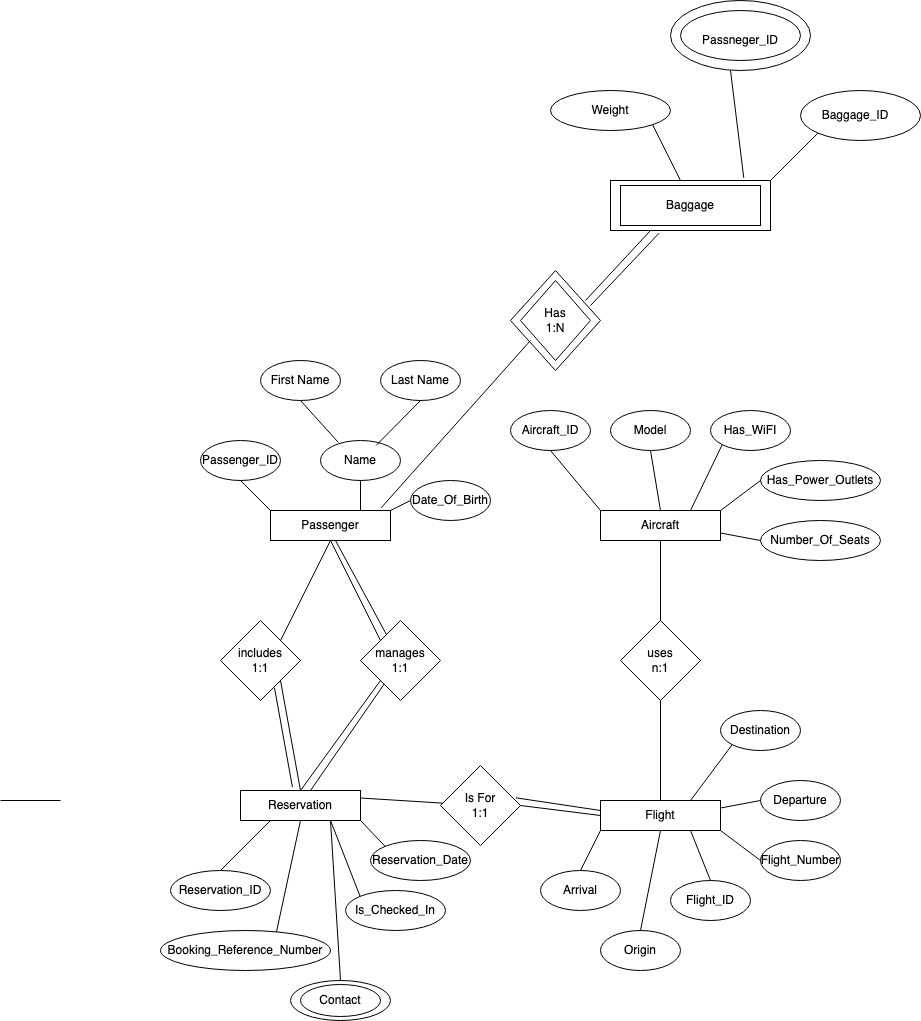
Before: diagrams/snoopy-airlines-eer.png, a diagram exported from draw.io (Persona5-Joker/4347-Database-Project-Snoopy-Airlines-). Source tidied: cells renumbered, new cells last; positions are measured from the earlier drawing's top-left corner, leaving out a move shared by most shapes.
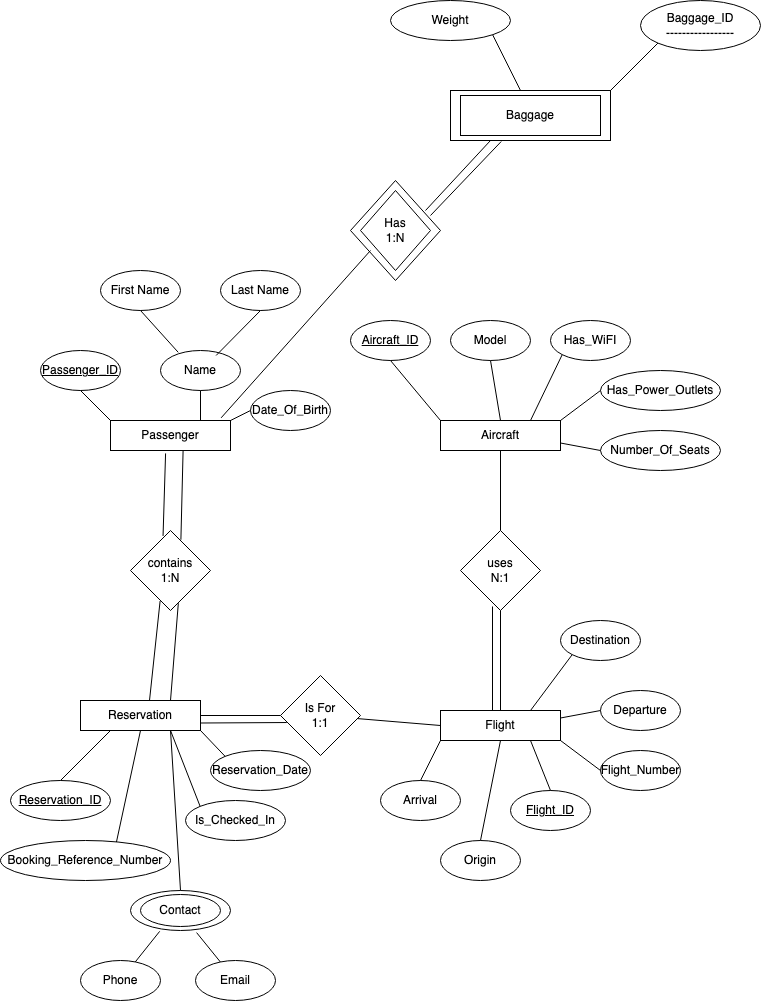
The same diagram one commit later.

Diff of the diagram source:
```diff
@@ -13,5 +13,5 @@
     </mxCell>
-    <mxCell id="5" value="uses&lt;div&gt;n:1&lt;/div&gt;" style="rhombus;whiteSpace=wrap;html=1;" parent="1" vertex="1">
-      <mxGeometry x="620" y="620" width="80" height="80" as="geometry" />
-    </mxCell>
+    <mxCell id="85" value="uses&lt;div&gt;N:1&lt;/div&gt;" style="rhombus;whiteSpace=wrap;html=1;" parent="1" vertex="1">
+      <mxGeometry x="620" y="620" width="80" height="80" as="geometry" />
+    </mxCell>
     <mxCell id="6" value="Reservation" style="rounded=0;whiteSpace=wrap;html=1;" parent="1" vertex="1">
@@ -19,11 +19,5 @@
     </mxCell>
-    <mxCell id="7" value="includes&lt;div&gt;1:1&lt;/div&gt;" style="rhombus;whiteSpace=wrap;html=1;" parent="1" vertex="1">
-      <mxGeometry x="220" y="620" width="80" height="80" as="geometry" />
-    </mxCell>
-    <mxCell id="8" style="endArrow=none;html=1;rounded=0;entryX=1;entryY=1;entryDx=0;entryDy=0;exitX=0.5;exitY=0;exitDx=0;exitDy=0;" parent="1" edge="1" source="6" target="7">
-      <mxGeometry relative="1" as="geometry" />
-    </mxCell>
-    <mxCell id="9" style="endArrow=none;html=1;rounded=0;entryX=0.5;entryY=1;entryDx=0;entryDy=0;exitX=1;exitY=0;exitDx=0;exitDy=0;" parent="1" edge="1" source="7" target="2">
-      <mxGeometry relative="1" as="geometry" />
-    </mxCell>
+    <mxCell id="86" value="&lt;div&gt;contains&lt;/div&gt;&lt;div&gt;1:N&lt;/div&gt;" style="rhombus;whiteSpace=wrap;html=1;" parent="1" vertex="1">
+      <mxGeometry x="290" y="620" width="80" height="80" as="geometry" />
+    </mxCell>
     <mxCell id="10" value="Is For&lt;div&gt;1:1&lt;/div&gt;" style="rhombus;whiteSpace=wrap;html=1;" parent="1" vertex="1">
@@ -31,24 +25,15 @@
     </mxCell>
-    <mxCell id="11" style="endArrow=none;html=1;rounded=0;exitX=1;exitY=0.25;exitDx=0;exitDy=0;" parent="1" edge="1" source="6" target="10">
-      <mxGeometry relative="1" as="geometry" />
-    </mxCell>
+    <mxCell id="87" style="endArrow=none;html=1;rounded=0;exitX=1;exitY=0.5;exitDx=0;exitDy=0;" parent="1" edge="1" source="6" target="10">
+      <mxGeometry relative="1" as="geometry" />
+    </mxCell>
-    <mxCell id="12" style="endArrow=none;html=1;rounded=0;entryX=0;entryY=0.5;entryDx=0;entryDy=0;exitX=1;exitY=0.5;exitDx=0;exitDy=0;" parent="1" edge="1" source="10" target="4">
+    <mxCell id="12" style="endArrow=none;html=1;rounded=0;entryX=0;entryY=0.5;entryDx=0;entryDy=0;" parent="1" edge="1" source="10" target="4">
       <mxGeometry relative="1" as="geometry" />
     </mxCell>
-    <mxCell id="13" style="endArrow=none;html=1;rounded=0;exitX=0.5;exitY=0;exitDx=0;exitDy=0;entryX=0.5;entryY=1;entryDx=0;entryDy=0;" parent="1" edge="1" source="4" target="5">
-      <mxGeometry relative="1" as="geometry" />
-    </mxCell>
-    <mxCell id="14" style="endArrow=none;html=1;rounded=0;entryX=0.5;entryY=1;entryDx=0;entryDy=0;exitX=0.5;exitY=0;exitDx=0;exitDy=0;" parent="1" edge="1" source="5" target="3">
-      <mxGeometry relative="1" as="geometry" />
-    </mxCell>
-    <mxCell id="15" value="manages&lt;div&gt;1:1&lt;/div&gt;" style="rhombus;whiteSpace=wrap;html=1;" parent="1" vertex="1">
-      <mxGeometry x="360" y="620" width="80" height="80" as="geometry" />
-    </mxCell>
-    <mxCell id="16" style="endArrow=none;html=1;rounded=0;entryX=0.5;entryY=1;entryDx=0;entryDy=0;exitX=0;exitY=0;exitDx=0;exitDy=0;" parent="1" edge="1" source="15" target="2">
-      <mxGeometry relative="1" as="geometry" />
-    </mxCell>
-    <mxCell id="17" style="endArrow=none;html=1;rounded=0;entryX=0.5;entryY=0;entryDx=0;entryDy=0;exitX=0;exitY=1;exitDx=0;exitDy=0;" parent="1" edge="1" source="15" target="6">
-      <mxGeometry relative="1" as="geometry" />
-    </mxCell>
+    <mxCell id="88" style="endArrow=none;html=1;rounded=0;exitX=0.5;exitY=0;exitDx=0;exitDy=0;entryX=0.5;entryY=1;entryDx=0;entryDy=0;" parent="1" edge="1" source="4" target="85">
+      <mxGeometry relative="1" as="geometry" />
+    </mxCell>
+    <mxCell id="89" style="endArrow=none;html=1;rounded=0;entryX=0.5;entryY=1;entryDx=0;entryDy=0;exitX=0.5;exitY=0;exitDx=0;exitDy=0;" parent="1" edge="1" source="85" target="3">
+      <mxGeometry relative="1" as="geometry" />
+    </mxCell>
-    <mxCell id="18" value="Aircraft_ID" style="ellipse;whiteSpace=wrap;html=1;" parent="1" vertex="1">
+    <mxCell id="18" value="&lt;u&gt;Aircraft_ID&lt;/u&gt;" style="ellipse;whiteSpace=wrap;html=1;" parent="1" vertex="1">
       <mxGeometry x="510" y="410" width="80" height="40" as="geometry" />
@@ -73,7 +58,7 @@
     </mxCell>
-    <mxCell id="25" style="endArrow=none;html=1;rounded=0;entryX=0;entryY=1;entryDx=0;entryDy=0;" parent="1" edge="1" target="20">
-      <mxGeometry relative="1" as="geometry">
-        <mxPoint x="690" y="510" as="sourcePoint" />
-      </mxGeometry>
-    </mxCell>
+    <mxCell id="90" style="endArrow=none;html=1;rounded=0;entryX=0;entryY=1;entryDx=0;entryDy=0;" parent="1" edge="1" target="20">
+      <mxGeometry relative="1" as="geometry">
+        <mxPoint x="690" y="510" as="sourcePoint" />
+      </mxGeometry>
+    </mxCell>
     <mxCell id="26" style="endArrow=none;html=1;rounded=0;entryX=0;entryY=0.5;entryDx=0;entryDy=0;exitX=1;exitY=0;exitDx=0;exitDy=0;" parent="1" edge="1" source="3" target="21">
@@ -84,3 +69,3 @@
     </mxCell>
-    <mxCell id="28" value="Flight_ID" style="ellipse;whiteSpace=wrap;html=1;" parent="1" vertex="1">
+    <mxCell id="28" value="&lt;u&gt;Flight_ID&lt;/u&gt;" style="ellipse;whiteSpace=wrap;html=1;" parent="1" vertex="1">
       <mxGeometry x="670" y="880" width="80" height="40" as="geometry" />
@@ -120,3 +105,3 @@
     </mxCell>
-    <mxCell id="40" value="Reservation_ID" style="ellipse;whiteSpace=wrap;html=1;" parent="1" vertex="1">
+    <mxCell id="40" value="&lt;u&gt;Reservation_ID&lt;/u&gt;" style="ellipse;whiteSpace=wrap;html=1;" parent="1" vertex="1">
       <mxGeometry x="170" y="870" width="100" height="40" as="geometry" />
@@ -144,3 +129,3 @@
     </mxCell>
-    <mxCell id="48" value="Passenger_ID" style="ellipse;whiteSpace=wrap;html=1;" parent="1" vertex="1">
+    <mxCell id="48" value="&lt;u&gt;Passenger_ID&lt;/u&gt;" style="ellipse;whiteSpace=wrap;html=1;" parent="1" vertex="1">
       <mxGeometry x="200" y="440" width="80" height="40" as="geometry" />
@@ -156,12 +141,12 @@
     </mxCell>
-    <mxCell id="52" style="endArrow=none;html=1;rounded=0;entryX=0.5;entryY=1;entryDx=0;entryDy=0;exitX=0.182;exitY=-0.019;exitDx=0;exitDy=0;exitPerimeter=0;" parent="1" edge="1" target="50">
-      <mxGeometry relative="1" as="geometry">
-        <mxPoint x="337.7" y="441.8" as="sourcePoint" />
-      </mxGeometry>
-    </mxCell>
-    <mxCell id="53" style="endArrow=none;html=1;rounded=0;entryX=0.5;entryY=1;entryDx=0;entryDy=0;exitX=0.723;exitY=0.071;exitDx=0;exitDy=0;exitPerimeter=0;" parent="1" edge="1" target="51">
-      <mxGeometry relative="1" as="geometry">
-        <mxPoint x="375.6" y="445" as="sourcePoint" />
-      </mxGeometry>
-    </mxCell>
+    <mxCell id="91" style="endArrow=none;html=1;rounded=0;entryX=0.5;entryY=1;entryDx=0;entryDy=0;exitX=0.182;exitY=-0.019;exitDx=0;exitDy=0;exitPerimeter=0;" parent="1" edge="1" target="50">
+      <mxGeometry relative="1" as="geometry">
+        <mxPoint x="337.7" y="441.8" as="sourcePoint" />
+      </mxGeometry>
+    </mxCell>
+    <mxCell id="92" style="endArrow=none;html=1;rounded=0;entryX=0.5;entryY=1;entryDx=0;entryDy=0;exitX=0.723;exitY=0.071;exitDx=0;exitDy=0;exitPerimeter=0;" parent="1" edge="1" target="51">
+      <mxGeometry relative="1" as="geometry">
+        <mxPoint x="375.6" y="445" as="sourcePoint" />
+      </mxGeometry>
+    </mxCell>
     <mxCell id="54" value="Date_Of_Birth" style="ellipse;whiteSpace=wrap;html=1;" parent="1" vertex="1">
@@ -172,7 +157,7 @@
     </mxCell>
-    <mxCell id="56" style="endArrow=none;html=1;rounded=0;entryX=0.5;entryY=1;entryDx=0;entryDy=0;" parent="1" edge="1" target="49">
-      <mxGeometry relative="1" as="geometry">
-        <mxPoint x="360" y="510" as="sourcePoint" />
-      </mxGeometry>
-    </mxCell>
+    <mxCell id="93" style="endArrow=none;html=1;rounded=0;entryX=0.5;entryY=1;entryDx=0;entryDy=0;" parent="1" edge="1" target="49">
+      <mxGeometry relative="1" as="geometry">
+        <mxPoint x="360" y="510" as="sourcePoint" />
+      </mxGeometry>
+    </mxCell>
     <mxCell id="57" style="endArrow=none;html=1;rounded=0;entryX=0.5;entryY=1;entryDx=0;entryDy=0;exitX=0;exitY=0;exitDx=0;exitDy=0;" parent="1" edge="1" source="2" target="48">
@@ -183,5 +168,5 @@
     </mxCell>
-    <mxCell id="59" style="ellipse;whiteSpace=wrap;html=1;fillColor=none;" parent="1" vertex="1">
-      <mxGeometry x="300" y="984" width="80" height="32" as="geometry" />
-    </mxCell>
+    <mxCell id="94" style="ellipse;whiteSpace=wrap;html=1;fillColor=none;" parent="1" vertex="1">
+      <mxGeometry x="300" y="984" width="80" height="32" as="geometry" />
+    </mxCell>
     <mxCell id="60" style="endArrow=none;html=1;rounded=0;exitX=0.5;exitY=0;exitDx=0;exitDy=0;entryX=0.75;entryY=1;entryDx=0;entryDy=0;" parent="1" edge="1" source="58" target="6">
@@ -189,44 +174,20 @@
     </mxCell>
-    <mxCell id="61" style="endArrow=none;html=1;rounded=0;" parent="1" edge="1" target="15">
-      <mxGeometry relative="1" as="geometry">
-        <mxPoint x="310" y="790" as="sourcePoint" />
-      </mxGeometry>
-    </mxCell>
-    <mxCell id="62" style="endArrow=none;html=1;rounded=0;" parent="1" edge="1" source="15">
-      <mxGeometry relative="1" as="geometry">
-        <mxPoint x="335" y="540" as="targetPoint" />
-      </mxGeometry>
-    </mxCell>
-    <mxCell id="63" style="rounded=0;whiteSpace=wrap;html=1;" parent="1" vertex="1">
-      <mxGeometry x="610" y="180" width="160" height="50" as="geometry" />
-    </mxCell>
-    <mxCell id="64" style="endArrow=none;html=1;rounded=0;" parent="1" edge="1">
-      <mxGeometry relative="1" as="geometry">
-        <mxPoint x="770" y="180" as="sourcePoint" />
-        <mxPoint x="820" y="130" as="targetPoint" />
-      </mxGeometry>
-    </mxCell>
-    <mxCell id="65" style="ellipse;whiteSpace=wrap;html=1;" parent="1" vertex="1">
-      <mxGeometry x="800" y="90" width="120" height="50" as="geometry" />
-    </mxCell>
-    <mxCell id="66" value="Baggage_ID" style="text;strokeColor=none;align=center;fillColor=none;html=1;verticalAlign=middle;whiteSpace=wrap;rounded=0;" parent="1" vertex="1">
-      <mxGeometry x="810" y="100" width="90" height="30" as="geometry" />
-    </mxCell>
-    <mxCell id="67" style="endArrow=none;html=1;rounded=0;exitX=0.833;exitY=-0.053;exitDx=0;exitDy=0;exitPerimeter=0;" parent="1" edge="1" source="63">
-      <mxGeometry relative="1" as="geometry">
-        <mxPoint x="730" y="70" as="targetPoint" />
-      </mxGeometry>
-    </mxCell>
-    <mxCell id="68" style="ellipse;whiteSpace=wrap;html=1;" parent="1" vertex="1">
-      <mxGeometry x="670" width="140" height="70" as="geometry" />
-    </mxCell>
-    <mxCell id="69" style="ellipse;whiteSpace=wrap;html=1;" parent="1" vertex="1">
-      <mxGeometry x="680" y="10" width="120" height="50" as="geometry" />
-    </mxCell>
-    <mxCell id="70" value="Passneger_ID" style="text;strokeColor=none;align=center;fillColor=none;html=1;verticalAlign=middle;whiteSpace=wrap;rounded=0;" parent="1" vertex="1">
-      <mxGeometry x="700" y="20" width="80" height="40" as="geometry" />
-    </mxCell>
-    <mxCell id="71" style="rounded=0;whiteSpace=wrap;html=1;" parent="1" vertex="1">
-      <mxGeometry x="620" y="185" width="140" height="40" as="geometry" />
-    </mxCell>
+    <mxCell id="95" style="rounded=0;whiteSpace=wrap;html=1;" parent="1" vertex="1">
+      <mxGeometry x="610" y="180" width="160" height="50" as="geometry" />
+    </mxCell>
+    <mxCell id="96" style="endArrow=none;html=1;rounded=0;" parent="1" edge="1">
+      <mxGeometry relative="1" as="geometry">
+        <mxPoint x="770" y="180" as="sourcePoint" />
+        <mxPoint x="820" y="130" as="targetPoint" />
+      </mxGeometry>
+    </mxCell>
+    <mxCell id="97" style="ellipse;whiteSpace=wrap;html=1;" parent="1" vertex="1">
+      <mxGeometry x="800" y="90" width="120" height="50" as="geometry" />
+    </mxCell>
+    <mxCell id="98" value="Baggage_ID&lt;br&gt;-----------------" style="text;strokeColor=none;align=center;fillColor=none;html=1;verticalAlign=middle;whiteSpace=wrap;rounded=0;dashed=1;" parent="1" vertex="1">
+      <mxGeometry x="815" y="100" width="90" height="30" as="geometry" />
+    </mxCell>
+    <mxCell id="99" style="rounded=0;whiteSpace=wrap;html=1;" parent="1" vertex="1">
+      <mxGeometry x="620" y="185" width="140" height="40" as="geometry" />
+    </mxCell>
     <mxCell id="72" value="Baggage" style="text;strokeColor=none;align=center;fillColor=none;html=1;verticalAlign=middle;whiteSpace=wrap;rounded=0;" parent="1" vertex="1">
@@ -234,8 +195,8 @@
     </mxCell>
-    <mxCell id="73" style="rhombus;whiteSpace=wrap;html=1;" parent="1" vertex="1">
-      <mxGeometry x="510" y="270" width="90" height="100" as="geometry" />
-    </mxCell>
-    <mxCell id="74" style="rhombus;whiteSpace=wrap;html=1;" parent="1" vertex="1">
-      <mxGeometry x="520" y="280" width="70" height="80" as="geometry" />
-    </mxCell>
+    <mxCell id="100" style="rhombus;whiteSpace=wrap;html=1;" parent="1" vertex="1">
+      <mxGeometry x="510" y="270" width="90" height="100" as="geometry" />
+    </mxCell>
+    <mxCell id="101" style="rhombus;whiteSpace=wrap;html=1;" parent="1" vertex="1">
+      <mxGeometry x="520" y="280" width="70" height="80" as="geometry" />
+    </mxCell>
     <mxCell id="75" value="Has&lt;div&gt;1:N&lt;/div&gt;" style="text;strokeColor=none;align=center;fillColor=none;html=1;verticalAlign=middle;whiteSpace=wrap;rounded=0;" parent="1" vertex="1">
@@ -243,22 +204,22 @@
     </mxCell>
-    <mxCell id="76" style="endArrow=none;html=1;rounded=0;exitX=0.922;exitY=-0.089;exitDx=0;exitDy=0;exitPerimeter=0;" parent="1" edge="1" source="2">
-      <mxGeometry relative="1" as="geometry">
-        <mxPoint x="530" y="340" as="targetPoint" />
-      </mxGeometry>
-    </mxCell>
-    <mxCell id="77" style="endArrow=none;html=1;rounded=0;" parent="1" edge="1">
-      <mxGeometry relative="1" as="geometry">
-        <mxPoint x="585" y="300" as="sourcePoint" />
-        <mxPoint x="650" y="230" as="targetPoint" />
-      </mxGeometry>
-    </mxCell>
-    <mxCell id="78" style="endArrow=none;html=1;rounded=0;" parent="1" edge="1">
-      <mxGeometry relative="1" as="geometry">
-        <mxPoint x="680" y="180" as="sourcePoint" />
-        <mxPoint x="650" y="120" as="targetPoint" />
-      </mxGeometry>
-    </mxCell>
-    <mxCell id="79" style="ellipse;whiteSpace=wrap;html=1;" parent="1" vertex="1">
-      <mxGeometry x="550" y="90" width="120" height="40" as="geometry" />
-    </mxCell>
+    <mxCell id="102" style="endArrow=none;html=1;rounded=0;exitX=0.922;exitY=-0.089;exitDx=0;exitDy=0;exitPerimeter=0;" parent="1" edge="1" source="2">
+      <mxGeometry relative="1" as="geometry">
+        <mxPoint x="530" y="340" as="targetPoint" />
+      </mxGeometry>
+    </mxCell>
+    <mxCell id="103" style="endArrow=none;html=1;rounded=0;" parent="1" edge="1">
+      <mxGeometry relative="1" as="geometry">
+        <mxPoint x="585" y="300" as="sourcePoint" />
+        <mxPoint x="650" y="230" as="targetPoint" />
+      </mxGeometry>
+    </mxCell>
+    <mxCell id="104" style="endArrow=none;html=1;rounded=0;" parent="1" edge="1">
+      <mxGeometry relative="1" as="geometry">
+        <mxPoint x="680" y="180" as="sourcePoint" />
+        <mxPoint x="650" y="120" as="targetPoint" />
+      </mxGeometry>
+    </mxCell>
+    <mxCell id="105" style="ellipse;whiteSpace=wrap;html=1;" parent="1" vertex="1">
+      <mxGeometry x="550" y="90" width="120" height="40" as="geometry" />
+    </mxCell>
     <mxCell id="80" value="Weight" style="text;strokeColor=none;align=center;fillColor=none;html=1;verticalAlign=middle;whiteSpace=wrap;rounded=0;" parent="1" vertex="1">
@@ -266,21 +227,42 @@
     </mxCell>
-    <mxCell id="81" style="endArrow=none;html=1;rounded=0;entryX=0.304;entryY=1.053;entryDx=0;entryDy=0;entryPerimeter=0;" parent="1" edge="1" target="63">
-      <mxGeometry relative="1" as="geometry">
-        <mxPoint x="590" y="305" as="sourcePoint" />
-      </mxGeometry>
-    </mxCell>
-    <mxCell id="82" style="endArrow=none;html=1;rounded=0;" parent="1" edge="1">
-      <mxGeometry relative="1" as="geometry">
-        <mxPoint y="800" as="sourcePoint" />
-        <mxPoint x="60" y="800" as="targetPoint" />
-      </mxGeometry>
-    </mxCell>
-    <mxCell id="83" style="endArrow=none;html=1;rounded=0;exitX=0.942;exitY=0.404;exitDx=0;exitDy=0;exitPerimeter=0;" parent="1" edge="1" source="10">
-      <mxGeometry relative="1" as="geometry">
-        <mxPoint x="600" y="810" as="targetPoint" />
-      </mxGeometry>
-    </mxCell>
-    <mxCell id="84" style="endArrow=none;html=1;rounded=0;exitX=0.433;exitY=-0.111;exitDx=0;exitDy=0;exitPerimeter=0;entryX=0.675;entryY=0.842;entryDx=0;entryDy=0;entryPerimeter=0;" parent="1" edge="1" source="6" target="7">
-      <mxGeometry relative="1" as="geometry" />
-    </mxCell>
+    <mxCell id="106" style="endArrow=none;html=1;rounded=0;entryX=0.317;entryY=1.02;entryDx=0;entryDy=0;entryPerimeter=0;" parent="1" edge="1" target="95">
+      <mxGeometry relative="1" as="geometry">
+        <mxPoint x="590" y="305" as="sourcePoint" />
+      </mxGeometry>
+    </mxCell>
+    <mxCell id="107" style="endArrow=none;html=1;rounded=0;exitX=1;exitY=0.75;exitDx=0;exitDy=0;entryX=0.078;entryY=0.588;entryDx=0;entryDy=0;entryPerimeter=0;" parent="1" edge="1" source="6" target="10">
+      <mxGeometry relative="1" as="geometry" />
+    </mxCell>
+    <mxCell id="108" style="endArrow=none;html=1;rounded=0;" parent="1" edge="1">
+      <mxGeometry relative="1" as="geometry">
+        <mxPoint x="652" y="800" as="sourcePoint" />
+        <mxPoint x="652" y="696" as="targetPoint" />
+      </mxGeometry>
+    </mxCell>
+    <mxCell id="109" style="endArrow=none;html=1;rounded=0;entryX=0.37;entryY=0.882;entryDx=0;entryDy=0;entryPerimeter=0;" parent="1" edge="1" target="86">
+      <mxGeometry relative="1" as="geometry">
+        <mxPoint x="309" y="790" as="sourcePoint" />
+      </mxGeometry>
+    </mxCell>
+    <mxCell id="110" style="endArrow=none;html=1;rounded=0;entryX=0.598;entryY=0.909;entryDx=0;entryDy=0;entryPerimeter=0;exitX=0.75;exitY=0;exitDx=0;exitDy=0;" parent="1" edge="1" source="6" target="86">
+      <mxGeometry relative="1" as="geometry" />
+    </mxCell>
+    <mxCell id="111" style="endArrow=none;html=1;rounded=0;entryX=0.459;entryY=1.097;entryDx=0;entryDy=0;entryPerimeter=0;exitX=0.407;exitY=0.068;exitDx=0;exitDy=0;exitPerimeter=0;" parent="1" edge="1" source="86" target="2">
+      <mxGeometry relative="1" as="geometry" />
+    </mxCell>
+    <mxCell id="112" style="endArrow=none;html=1;rounded=0;entryX=0.605;entryY=0.998;entryDx=0;entryDy=0;entryPerimeter=0;exitX=0.63;exitY=0.116;exitDx=0;exitDy=0;exitPerimeter=0;" parent="1" edge="1" source="86" target="2">
+      <mxGeometry relative="1" as="geometry" />
+    </mxCell>
+    <mxCell id="113" value="Phone" style="ellipse;whiteSpace=wrap;html=1;" parent="1" vertex="1">
+      <mxGeometry x="240" y="1050" width="80" height="40" as="geometry" />
+    </mxCell>
+    <mxCell id="114" value="Email" style="ellipse;whiteSpace=wrap;html=1;" parent="1" vertex="1">
+      <mxGeometry x="355" y="1050" width="80" height="40" as="geometry" />
+    </mxCell>
+    <mxCell id="115" style="endArrow=none;html=1;rounded=0;entryX=0.292;entryY=1.021;entryDx=0;entryDy=0;entryPerimeter=0;" parent="1" edge="1" source="113" target="58">
+      <mxGeometry relative="1" as="geometry" />
+    </mxCell>
+    <mxCell id="116" style="endArrow=none;html=1;rounded=0;entryX=0.661;entryY=1.053;entryDx=0;entryDy=0;entryPerimeter=0;" parent="1" edge="1" source="114" target="58">
+      <mxGeometry relative="1" as="geometry" />
+    </mxCell>
   </root>
```
